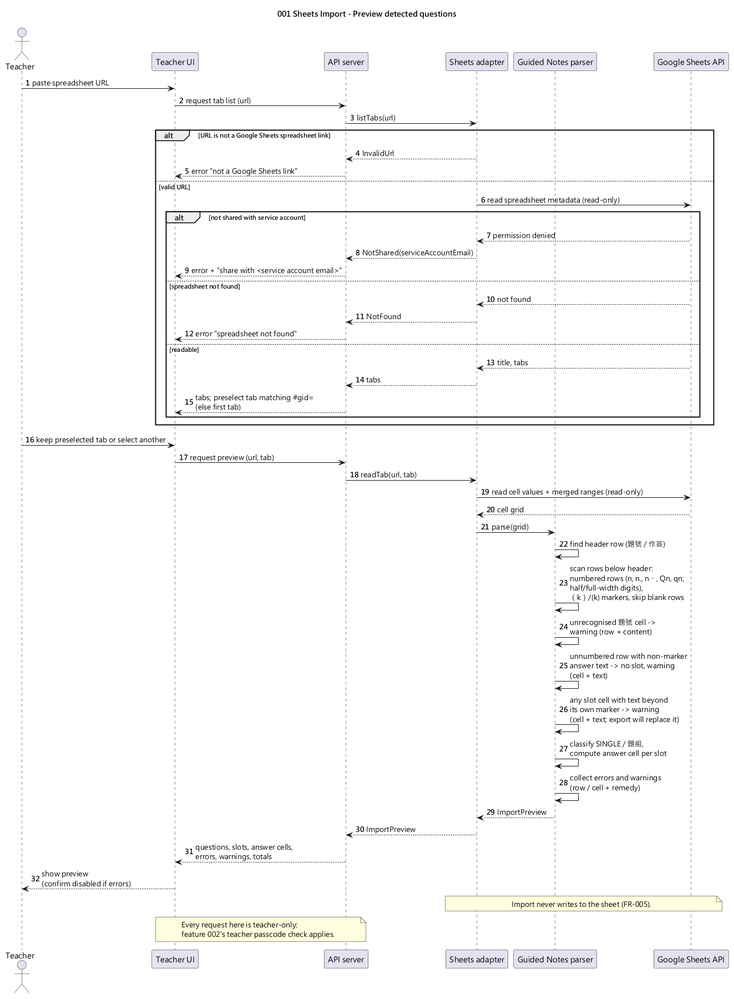
Above: diagrams/001-seq-import-preview.png in WasabiSaikou/quiz-buzzer (PlantUML), before the change.
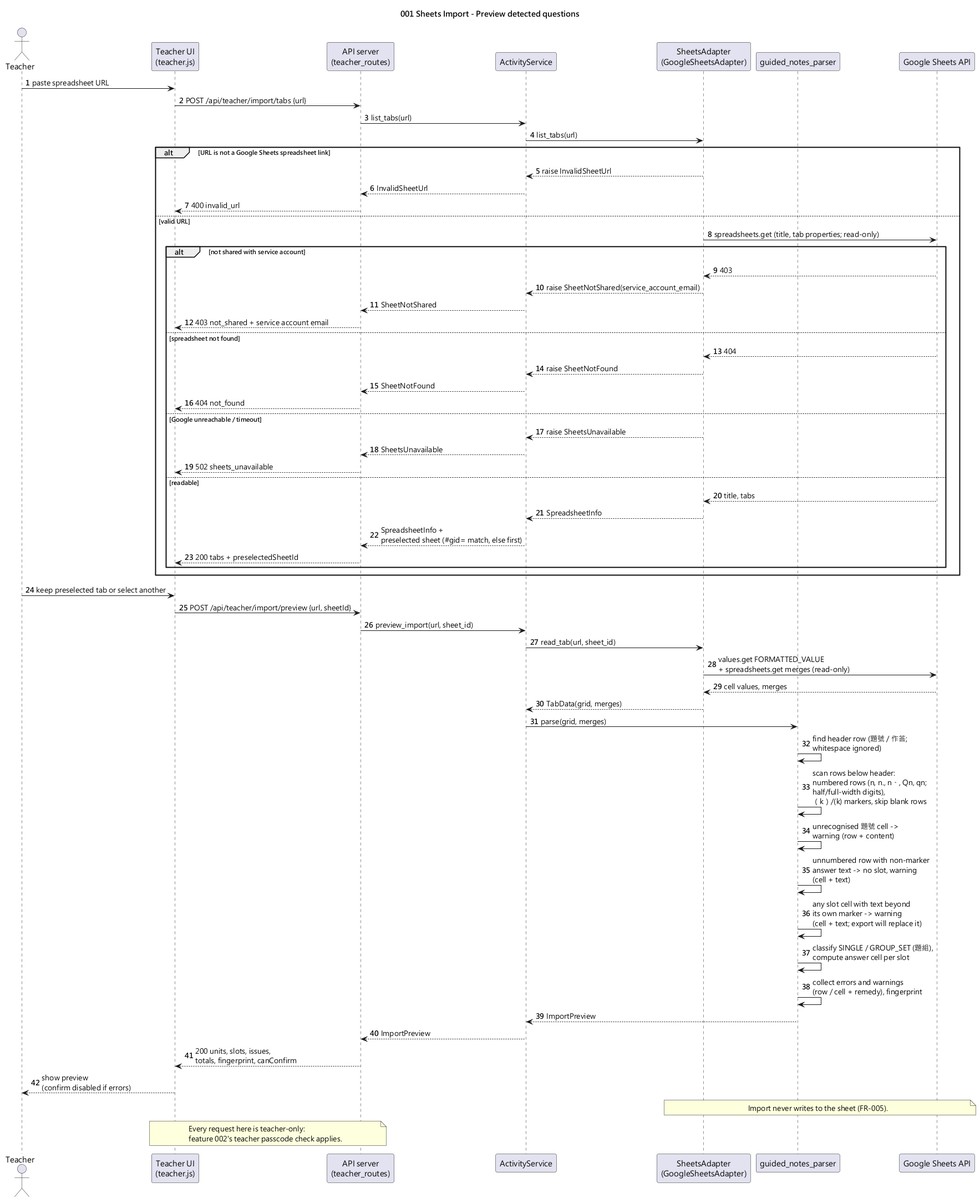
Later version of the same file.

Change to the diagram source:
```diff
@@ -6,51 +6,63 @@
 autonumber
 
 actor Teacher
-participant "Teacher UI" as TUI
-participant "API server" as API
-participant "Sheets adapter" as SA
-participant "Guided Notes parser" as PARSER
+participant "Teacher UI\n(teacher.js)" as TUI
+participant "API server\n(teacher_routes)" as API
+participant "ActivityService" as ACT
+participant "SheetsAdapter\n(GoogleSheetsAdapter)" as SA
+participant "guided_notes_parser" as PARSER
 participant "Google Sheets API" as GSA
 
 Teacher -> TUI : paste spreadsheet URL
-TUI -> API : request tab list (url)
-API -> SA : listTabs(url)
+TUI -> API : POST /api/teacher/import/tabs {url}
+API -> ACT : list_tabs(url)
+ACT -> SA : list_tabs(url)
 alt URL is not a Google Sheets spreadsheet link
-  SA --> API : InvalidUrl
-  API --> TUI : error "not a Google Sheets link"
+  SA --> ACT : raise InvalidSheetUrl
+  ACT --> API : InvalidSheetUrl
+  API --> TUI : 400 invalid_url
 else valid URL
-  SA -> GSA : read spreadsheet metadata (read-only)
+  SA -> GSA : spreadsheets.get (title, tab properties; read-only)
   alt not shared with service account
-    GSA --> SA : permission denied
-    SA --> API : NotShared(serviceAccountEmail)
-    API --> TUI : error + "share with <service account email>"
+    GSA --> SA : 403
+    SA --> ACT : raise SheetNotShared(service_account_email)
+    ACT --> API : SheetNotShared
+    API --> TUI : 403 not_shared + service account email
   else spreadsheet not found
-    GSA --> SA : not found
-    SA --> API : NotFound
-    API --> TUI : error "spreadsheet not found"
+    GSA --> SA : 404
+    SA --> ACT : raise SheetNotFound
+    ACT --> API : SheetNotFound
+    API --> TUI : 404 not_found
+  else Google unreachable / timeout
+    SA --> ACT : raise SheetsUnavailable
+    ACT --> API : SheetsUnavailable
+    API --> TUI : 502 sheets_unavailable
   else readable
     GSA --> SA : title, tabs
-    SA --> API : tabs
-    API --> TUI : tabs; preselect tab matching #gid=\n(else first tab)
+    SA --> ACT : SpreadsheetInfo
+    ACT --> API : SpreadsheetInfo +\npreselected sheet (#gid= match, else first)
+    API --> TUI : 200 tabs + preselectedSheetId
   end
 end
 
 Teacher -> TUI : keep preselected tab or select another
-TUI -> API : request preview (url, tab)
-API -> SA : readTab(url, tab)
-SA -> GSA : read cell values + merged ranges (read-only)
-GSA --> SA : cell grid
-SA -> PARSER : parse(grid)
-PARSER -> PARSER : find header row (題號 / 作答)
+TUI -> API : POST /api/teacher/import/preview {url, sheetId}
+API -> ACT : preview_import(url, sheet_id)
+ACT -> SA : read_tab(url, sheet_id)
+SA -> GSA : values.get FORMATTED_VALUE\n+ spreadsheets.get merges (read-only)
+GSA --> SA : cell values, merges
+SA --> ACT : TabData(grid, merges)
+ACT -> PARSER : parse(grid, merges)
+PARSER -> PARSER : find header row (題號 / 作答;\nwhitespace ignored)
 PARSER -> PARSER : scan rows below header:\nnumbered rows (n, n., n、, Qn, qn;\nhalf/full-width digits),\n（k）/(k) markers, skip blank rows
 PARSER -> PARSER : unrecognised 題號 cell ->\nwarning (row + content)
 PARSER -> PARSER : unnumbered row with non-marker\nanswer text -> no slot, warning\n(cell + text)
 PARSER -> PARSER : any slot cell with text beyond\nits own marker -> warning\n(cell + text; export will replace it)
-PARSER -> PARSER : classify SINGLE / 題組,\ncompute answer cell per slot
-PARSER -> PARSER : collect errors and warnings\n(row / cell + remedy)
-PARSER --> SA : ImportPreview
-SA --> API : ImportPreview
-API --> TUI : questions, slots, answer cells,\nerrors, warnings, totals
+PARSER -> PARSER : classify SINGLE / GROUP_SET (題組),\ncompute answer cell per slot
+PARSER -> PARSER : collect errors and warnings\n(row / cell + remedy), fingerprint
+PARSER --> ACT : ImportPreview
+ACT --> API : ImportPreview
+API --> TUI : 200 units, slots, issues,\ntotals, fingerprint, canConfirm
 TUI --> Teacher : show preview\n(confirm disabled if errors)
 
 note over SA, GSA
```
